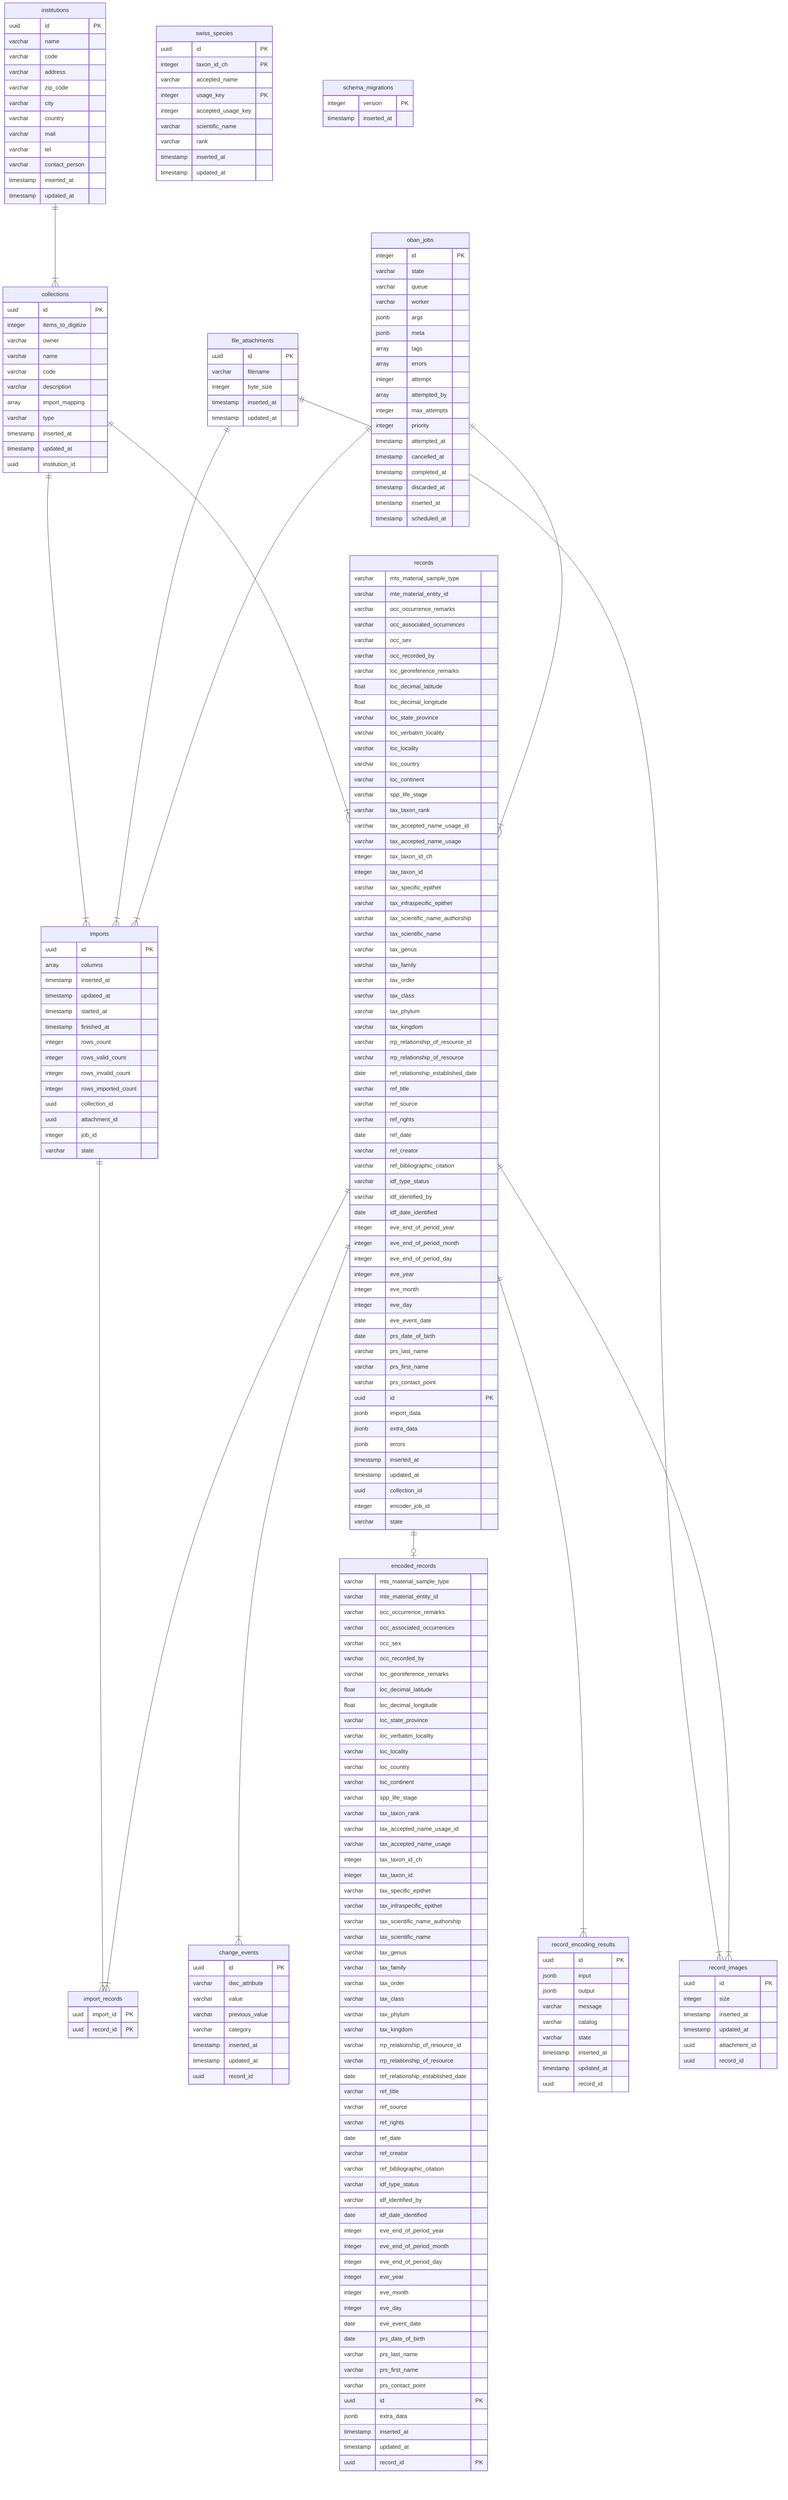
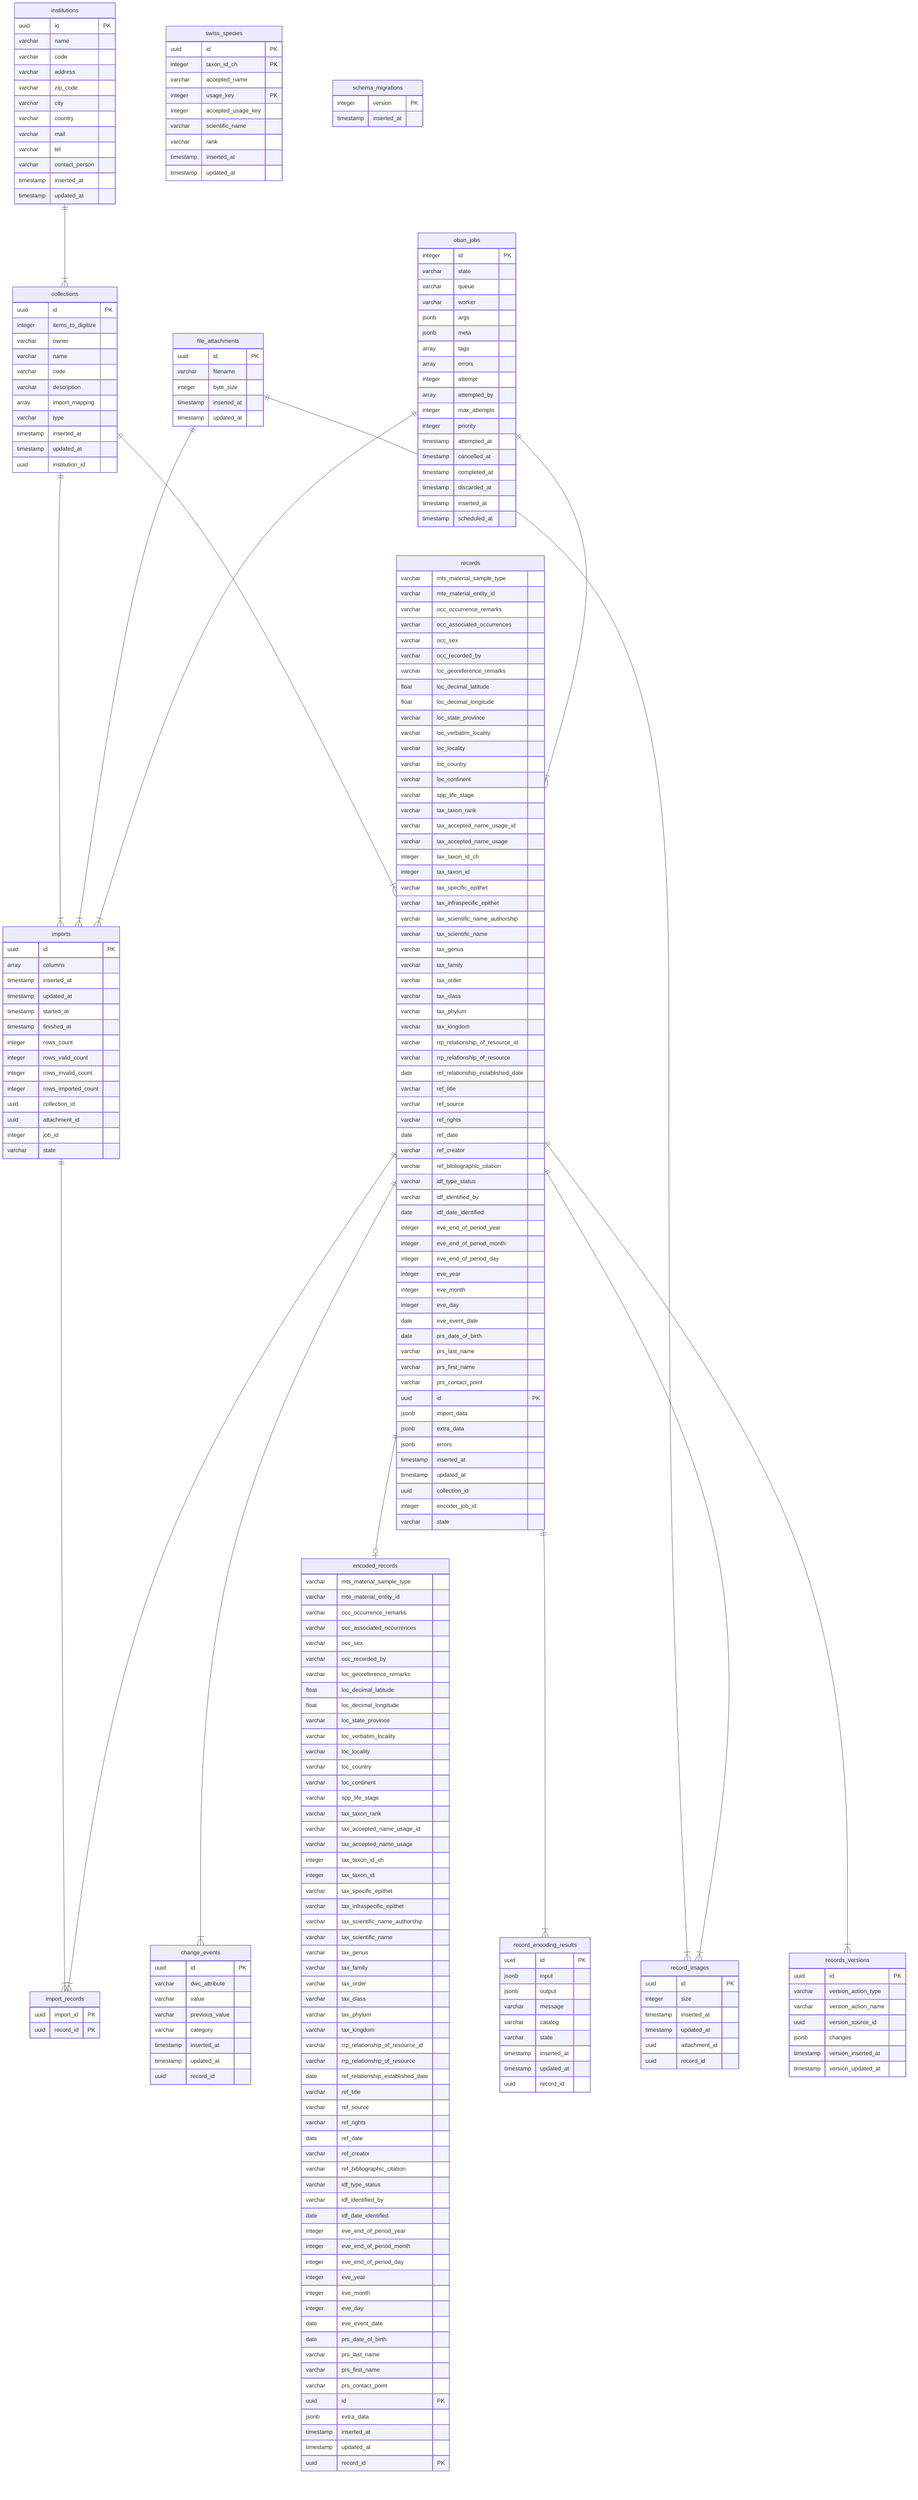
erDiagram
  file_attachments {
    uuid id PK
    varchar filename
    integer byte_size
    timestamp inserted_at
    timestamp updated_at
  }
  institutions {
    uuid id PK
    varchar name
    varchar code
    varchar address
    varchar zip_code
    varchar city
    varchar country
    varchar mail
    varchar tel
    varchar contact_person
    timestamp inserted_at
    timestamp updated_at
  }
  change_events {
    uuid id PK
    varchar dwc_attribute
    varchar value
    varchar previous_value
    varchar category
    timestamp inserted_at
    timestamp updated_at
    uuid record_id
  }
  collections {
    uuid id PK
    integer items_to_digitize
    varchar owner
    varchar name
    varchar code
    varchar description
    array import_mapping
    varchar type
    timestamp inserted_at
    timestamp updated_at
    uuid institution_id
  }
  encoded_records {
    varchar mts_material_sample_type
    varchar mte_material_entity_id
    varchar occ_occurrence_remarks
    varchar occ_associated_occurrences
    varchar occ_sex
    varchar occ_recorded_by
    varchar loc_georeference_remarks
    float loc_decimal_latitude
    float loc_decimal_longitude
    varchar loc_state_province
    varchar loc_verbatim_locality
    varchar loc_locality
    varchar loc_country
    varchar loc_continent
    varchar spp_life_stage
    varchar tax_taxon_rank
    varchar tax_accepted_name_usage_id
    varchar tax_accepted_name_usage
    integer tax_taxon_id_ch
    integer tax_taxon_id
    varchar tax_specific_epithet
    varchar tax_infraspecific_epithet
    varchar tax_scientific_name_authorship
    varchar tax_scientific_name
    varchar tax_genus
    varchar tax_family
    varchar tax_order
    varchar tax_class
    varchar tax_phylum
    varchar tax_kingdom
    varchar rrp_relationship_of_resource_id
    varchar rrp_relationship_of_resource
    date ref_relationship_established_date
    varchar ref_title
    varchar ref_source
    varchar ref_rights
    date ref_date
    varchar ref_creator
    varchar ref_bibliographic_citation
    varchar idf_type_status
    varchar idf_identified_by
    date idf_date_identified
    integer eve_end_of_period_year
    integer eve_end_of_period_month
    integer eve_end_of_period_day
    integer eve_year
    integer eve_month
    integer eve_day
    date eve_event_date
    date prs_date_of_birth
    varchar prs_last_name
    varchar prs_first_name
    varchar prs_contact_point
    uuid id PK
    jsonb extra_data
    timestamp inserted_at
    timestamp updated_at
    uuid record_id PK
  }
  record_encoding_results {
    uuid id PK
    jsonb input
    jsonb output
    varchar message
    varchar catalog
    varchar state
    timestamp inserted_at
    timestamp updated_at
    uuid record_id
  }
  imports {
    uuid id PK
    array columns
    timestamp inserted_at
    timestamp updated_at
    timestamp started_at
    timestamp finished_at
    integer rows_count
    integer rows_valid_count
    integer rows_invalid_count
    integer rows_imported_count
    uuid collection_id
    uuid attachment_id
    integer job_id
    varchar state
  }
  import_records {
    uuid import_id PK
    uuid record_id PK
  }
  records {
    varchar mts_material_sample_type
    varchar mte_material_entity_id
    varchar occ_occurrence_remarks
    varchar occ_associated_occurrences
    varchar occ_sex
    varchar occ_recorded_by
    varchar loc_georeference_remarks
    float loc_decimal_latitude
    float loc_decimal_longitude
    varchar loc_state_province
    varchar loc_verbatim_locality
    varchar loc_locality
    varchar loc_country
    varchar loc_continent
    varchar spp_life_stage
    varchar tax_taxon_rank
    varchar tax_accepted_name_usage_id
    varchar tax_accepted_name_usage
    integer tax_taxon_id_ch
    integer tax_taxon_id
    varchar tax_specific_epithet
    varchar tax_infraspecific_epithet
    varchar tax_scientific_name_authorship
    varchar tax_scientific_name
    varchar tax_genus
    varchar tax_family
    varchar tax_order
    varchar tax_class
    varchar tax_phylum
    varchar tax_kingdom
    varchar rrp_relationship_of_resource_id
    varchar rrp_relationship_of_resource
    date ref_relationship_established_date
    varchar ref_title
    varchar ref_source
    varchar ref_rights
    date ref_date
    varchar ref_creator
    varchar ref_bibliographic_citation
    varchar idf_type_status
    varchar idf_identified_by
    date idf_date_identified
    integer eve_end_of_period_year
    integer eve_end_of_period_month
    integer eve_end_of_period_day
    integer eve_year
    integer eve_month
    integer eve_day
    date eve_event_date
    date prs_date_of_birth
    varchar prs_last_name
    varchar prs_first_name
    varchar prs_contact_point
    uuid id PK
    jsonb import_data
    jsonb extra_data
    jsonb errors
    timestamp inserted_at
    timestamp updated_at
    uuid collection_id
    integer encoder_job_id
    varchar state
  }
  record_images {
    uuid id PK
    integer size
    timestamp inserted_at
    timestamp updated_at
    uuid attachment_id
    uuid record_id
  }
+   records_versions {
+     uuid id PK
+     varchar version_action_type
+     varchar version_action_name
+     uuid version_source_id
+     jsonb changes
+     timestamp version_inserted_at
+     timestamp version_updated_at
+   }
  swiss_species {
    uuid id PK
    integer taxon_id_ch PK
    varchar accepted_name
    integer usage_key PK
    integer accepted_usage_key
    varchar scientific_name
    varchar rank
    timestamp inserted_at
    timestamp updated_at
  }
  schema_migrations {
    integer version PK
    timestamp inserted_at
  }
  oban_jobs {
    integer id PK
    varchar state
    varchar queue
    varchar worker
    jsonb args
    jsonb meta
    array tags
    array errors
    integer attempt
    array attempted_by
    integer max_attempts
    integer priority
    timestamp attempted_at
    timestamp cancelled_at
    timestamp completed_at
    timestamp discarded_at
    timestamp inserted_at
    timestamp scheduled_at
  }
  collections ||--|{ imports : ""
  collections ||--|{ records : ""
  file_attachments ||--|{ imports : ""
  file_attachments ||--|{ record_images : ""
  imports ||--|{ import_records : ""
  institutions ||--|{ collections : ""
  oban_jobs ||--|{ imports : ""
  oban_jobs ||--|{ records : ""
  records ||--|{ change_events : ""
  records ||--o| encoded_records : ""
  records ||--|{ import_records : ""
  records ||--|{ record_encoding_results : ""
  records ||--|{ record_images : ""
+   records ||--|{ records_versions : ""
